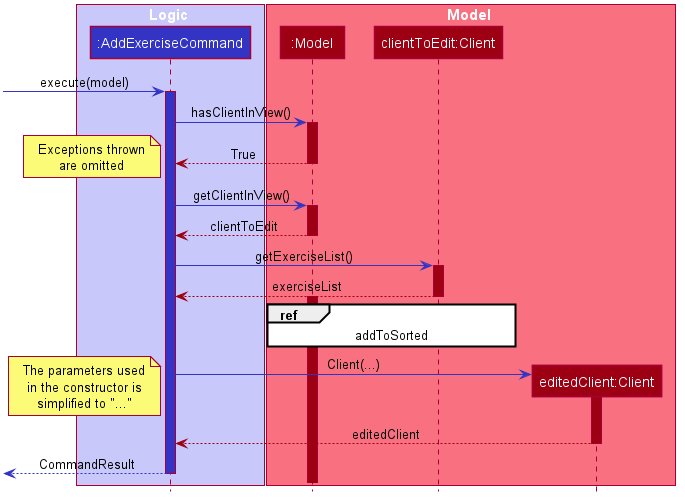
nus-cs2103-AY1920S2/addressbook-level3 keeps this PlantUML diagram as docs/images/AddExerciseCommandSequenceDiagram.png. Above is the earlier version.
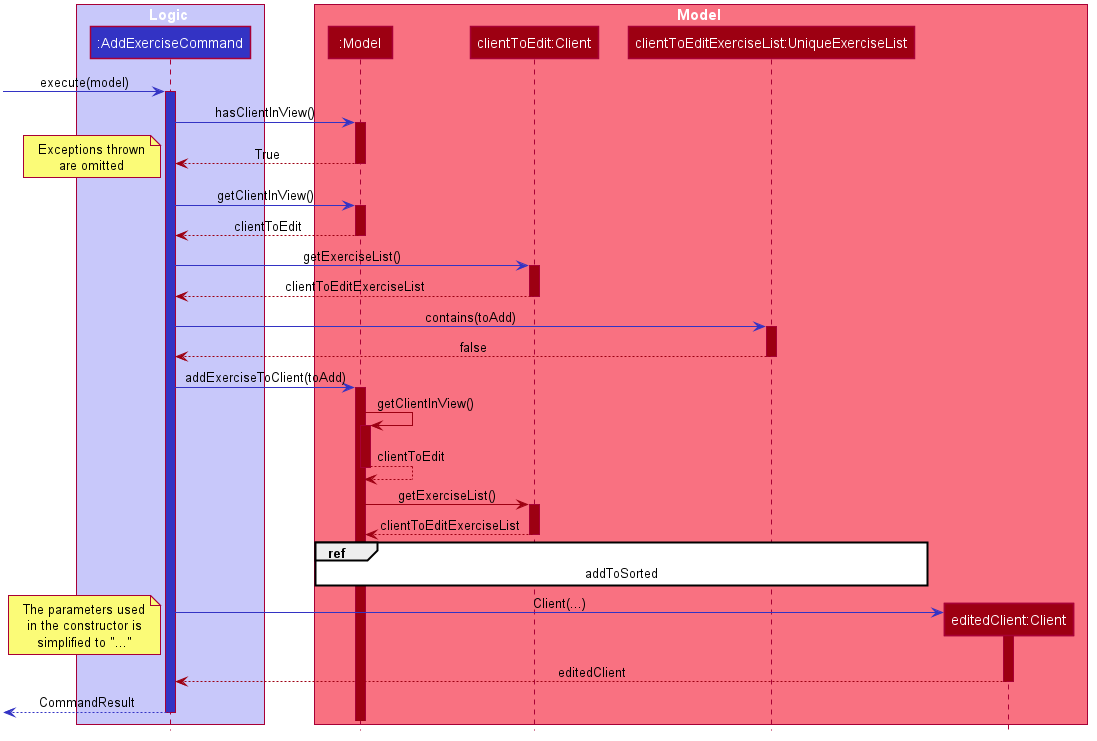
Later version of the same file.

The edit, as a diff of the source:
```diff
@@ -55,6 +55,7 @@
 box Model #F97181
     Participant ":Model" as model #9D0012
     Participant "clientToEdit:Client" as client #9D0012
+    Participant "clientToEditExerciseList:UniqueExerciseList" as UniqueExerciseList #9D0012
     Participant "editedClient:Client" as client2 #9D0012
 end box
 
@@ -78,11 +79,27 @@
 
 AddExerciseCommand -[#3333C4]> client : getExerciseList()
 activate client #9D0012
-AddExerciseCommand <[#9D0012]-- client : exerciseList
+AddExerciseCommand <[#9D0012]-- client : clientToEditExerciseList
 deactivate client
 
+AddExerciseCommand -[#3333C4]> UniqueExerciseList : contains(toAdd)
+activate UniqueExerciseList #9D0012
+AddExerciseCommand <[#9D0012]-- UniqueExerciseList : false
+deactivate UniqueExerciseList
+
+AddExerciseCommand -[#3333C4]> model : addExerciseToClient(toAdd)
 activate model #9D0012
-ref over model, client
+
+model -[#9D0012]> model : getClientInView()
+activate model #9D0012
+model --[#9D0012]> model : clientToEdit
+deactivate model
+model -[#9D0012]> client : getExerciseList()
+activate client #9D0012
+model <[#9D0012]-- client : clientToEditExerciseList
+deactivate client
+
+ref over model, UniqueExerciseList
     addToSorted
 end ref
 
```
